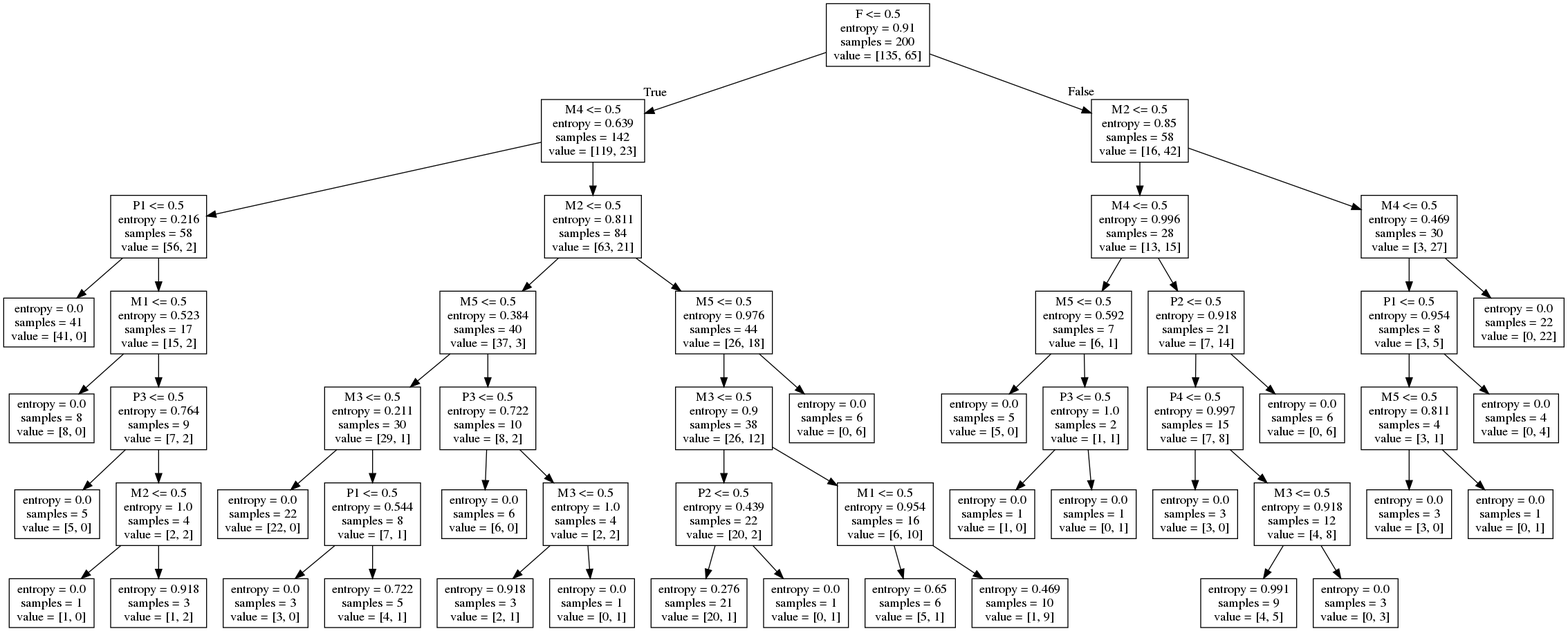
kshitij-ingale/ML_algorithms keeps this Graphviz diagram as Decision_trees/tree.png. Above is the earlier version. Its source is kept beside it as Decision_trees/tree.dot.
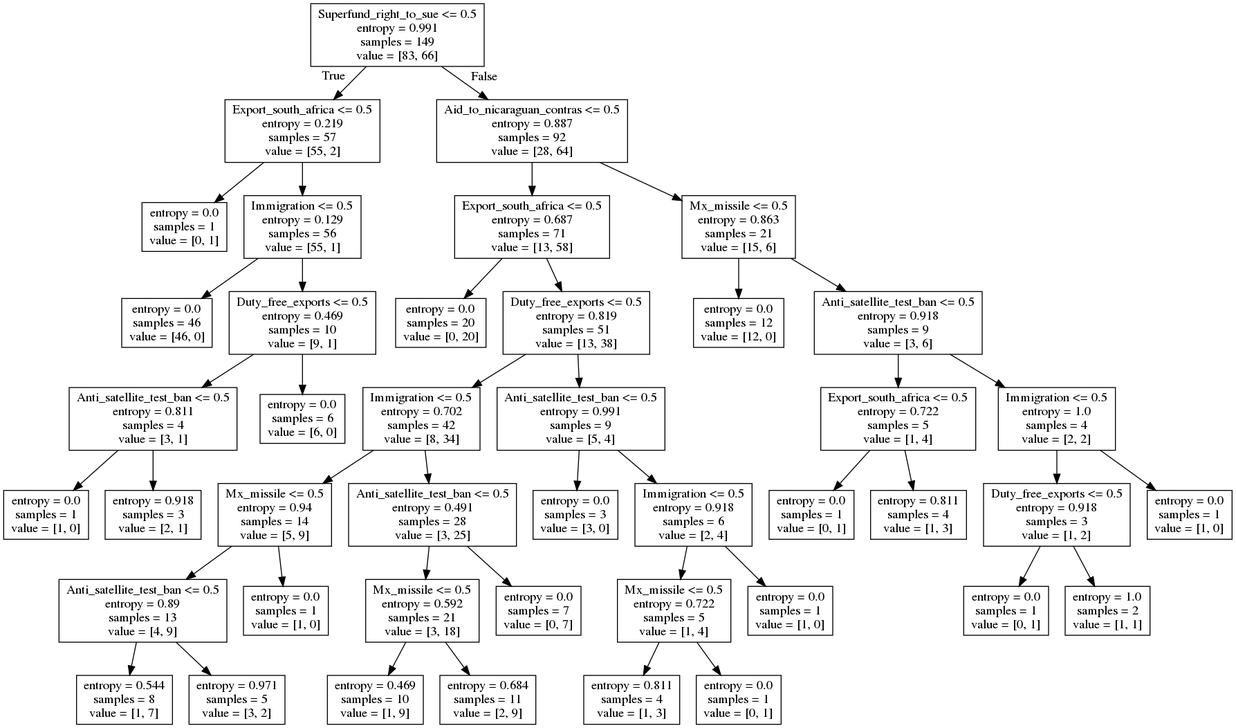
After the change.

What changed in the source:
```diff
@@ -1,108 +1,88 @@
 digraph Tree {
 node [shape=box] ;
-0 [label="F <= 0.5\nentropy = 0.91\nsamples = 200\nvalue = [135, 65]"] ;
-1 [label="M4 <= 0.5\nentropy = 0.639\nsamples = 142\nvalue = [119, 23]"] ;
+0 [label="Superfund_right_to_sue <= 0.5\nentropy = 0.991\nsamples = 149\nvalue = [83, 66]"] ;
+1 [label="Export_south_africa <= 0.5\nentropy = 0.219\nsamples = 57\nvalue = [55, 2]"] ;
 0 -> 1 [labeldistance=2.5, labelangle=45, headlabel="True"] ;
-2 [label="P1 <= 0.5\nentropy = 0.216\nsamples = 58\nvalue = [56, 2]"] ;
+2 [label="entropy = 0.0\nsamples = 1\nvalue = [0, 1]"] ;
 1 -> 2 ;
-3 [label="entropy = 0.0\nsamples = 41\nvalue = [41, 0]"] ;
-2 -> 3 ;
-4 [label="M1 <= 0.5\nentropy = 0.523\nsamples = 17\nvalue = [15, 2]"] ;
-2 -> 4 ;
-5 [label="entropy = 0.0\nsamples = 8\nvalue = [8, 0]"] ;
-4 -> 5 ;
-6 [label="P3 <= 0.5\nentropy = 0.764\nsamples = 9\nvalue = [7, 2]"] ;
-4 -> 6 ;
-7 [label="entropy = 0.0\nsamples = 5\nvalue = [5, 0]"] ;
+3 [label="Immigration <= 0.5\nentropy = 0.129\nsamples = 56\nvalue = [55, 1]"] ;
+1 -> 3 ;
+4 [label="entropy = 0.0\nsamples = 46\nvalue = [46, 0]"] ;
+3 -> 4 ;
+5 [label="Duty_free_exports <= 0.5\nentropy = 0.469\nsamples = 10\nvalue = [9, 1]"] ;
+3 -> 5 ;
+6 [label="Anti_satellite_test_ban <= 0.5\nentropy = 0.811\nsamples = 4\nvalue = [3, 1]"] ;
+5 -> 6 ;
+7 [label="entropy = 0.0\nsamples = 1\nvalue = [1, 0]"] ;
 6 -> 7 ;
-8 [label="M2 <= 0.5\nentropy = 1.0\nsamples = 4\nvalue = [2, 2]"] ;
+8 [label="entropy = 0.918\nsamples = 3\nvalue = [2, 1]"] ;
 6 -> 8 ;
-9 [label="entropy = 0.0\nsamples = 1\nvalue = [1, 0]"] ;
-8 -> 9 ;
-10 [label="entropy = 0.918\nsamples = 3\nvalue = [1, 2]"] ;
-8 -> 10 ;
-11 [label="M2 <= 0.5\nentropy = 0.811\nsamples = 84\nvalue = [63, 21]"] ;
-1 -> 11 ;
-12 [label="M5 <= 0.5\nentropy = 0.384\nsamples = 40\nvalue = [37, 3]"] ;
+9 [label="entropy = 0.0\nsamples = 6\nvalue = [6, 0]"] ;
+5 -> 9 ;
+10 [label="Aid_to_nicaraguan_contras <= 0.5\nentropy = 0.887\nsamples = 92\nvalue = [28, 64]"] ;
+0 -> 10 [labeldistance=2.5, labelangle=-45, headlabel="False"] ;
+11 [label="Export_south_africa <= 0.5\nentropy = 0.687\nsamples = 71\nvalue = [13, 58]"] ;
+10 -> 11 ;
+12 [label="entropy = 0.0\nsamples = 20\nvalue = [0, 20]"] ;
 11 -> 12 ;
-13 [label="M3 <= 0.5\nentropy = 0.211\nsamples = 30\nvalue = [29, 1]"] ;
-12 -> 13 ;
-14 [label="entropy = 0.0\nsamples = 22\nvalue = [22, 0]"] ;
+13 [label="Duty_free_exports <= 0.5\nentropy = 0.819\nsamples = 51\nvalue = [13, 38]"] ;
+11 -> 13 ;
+14 [label="Immigration <= 0.5\nentropy = 0.702\nsamples = 42\nvalue = [8, 34]"] ;
 13 -> 14 ;
-15 [label="P1 <= 0.5\nentropy = 0.544\nsamples = 8\nvalue = [7, 1]"] ;
-13 -> 15 ;
-16 [label="entropy = 0.0\nsamples = 3\nvalue = [3, 0]"] ;
+15 [label="Mx_missile <= 0.5\nentropy = 0.94\nsamples = 14\nvalue = [5, 9]"] ;
+14 -> 15 ;
+16 [label="Anti_satellite_test_ban <= 0.5\nentropy = 0.89\nsamples = 13\nvalue = [4, 9]"] ;
 15 -> 16 ;
-17 [label="entropy = 0.722\nsamples = 5\nvalue = [4, 1]"] ;
-15 -> 17 ;
-18 [label="P3 <= 0.5\nentropy = 0.722\nsamples = 10\nvalue = [8, 2]"] ;
-12 -> 18 ;
-19 [label="entropy = 0.0\nsamples = 6\nvalue = [6, 0]"] ;
-18 -> 19 ;
-20 [label="M3 <= 0.5\nentropy = 1.0\nsamples = 4\nvalue = [2, 2]"] ;
-18 -> 20 ;
-21 [label="entropy = 0.918\nsamples = 3\nvalue = [2, 1]"] ;
+17 [label="entropy = 0.544\nsamples = 8\nvalue = [1, 7]"] ;
+16 -> 17 ;
+18 [label="entropy = 0.971\nsamples = 5\nvalue = [3, 2]"] ;
+16 -> 18 ;
+19 [label="entropy = 0.0\nsamples = 1\nvalue = [1, 0]"] ;
+15 -> 19 ;
+20 [label="Anti_satellite_test_ban <= 0.5\nentropy = 0.491\nsamples = 28\nvalue = [3, 25]"] ;
+14 -> 20 ;
+21 [label="Mx_missile <= 0.5\nentropy = 0.592\nsamples = 21\nvalue = [3, 18]"] ;
 20 -> 21 ;
-22 [label="entropy = 0.0\nsamples = 1\nvalue = [0, 1]"] ;
-20 -> 22 ;
-23 [label="M5 <= 0.5\nentropy = 0.976\nsamples = 44\nvalue = [26, 18]"] ;
-11 -> 23 ;
-24 [label="M3 <= 0.5\nentropy = 0.9\nsamples = 38\nvalue = [26, 12]"] ;
-23 -> 24 ;
-25 [label="P2 <= 0.5\nentropy = 0.439\nsamples = 22\nvalue = [20, 2]"] ;
-24 -> 25 ;
-26 [label="entropy = 0.276\nsamples = 21\nvalue = [20, 1]"] ;
+22 [label="entropy = 0.469\nsamples = 10\nvalue = [1, 9]"] ;
+21 -> 22 ;
+23 [label="entropy = 0.684\nsamples = 11\nvalue = [2, 9]"] ;
+21 -> 23 ;
+24 [label="entropy = 0.0\nsamples = 7\nvalue = [0, 7]"] ;
+20 -> 24 ;
+25 [label="Anti_satellite_test_ban <= 0.5\nentropy = 0.991\nsamples = 9\nvalue = [5, 4]"] ;
+13 -> 25 ;
+26 [label="entropy = 0.0\nsamples = 3\nvalue = [3, 0]"] ;
 25 -> 26 ;
-27 [label="entropy = 0.0\nsamples = 1\nvalue = [0, 1]"] ;
+27 [label="Immigration <= 0.5\nentropy = 0.918\nsamples = 6\nvalue = [2, 4]"] ;
 25 -> 27 ;
-28 [label="M1 <= 0.5\nentropy = 0.954\nsamples = 16\nvalue = [6, 10]"] ;
-24 -> 28 ;
-29 [label="entropy = 0.65\nsamples = 6\nvalue = [5, 1]"] ;
+28 [label="Mx_missile <= 0.5\nentropy = 0.722\nsamples = 5\nvalue = [1, 4]"] ;
+27 -> 28 ;
+29 [label="entropy = 0.811\nsamples = 4\nvalue = [1, 3]"] ;
 28 -> 29 ;
-30 [label="entropy = 0.469\nsamples = 10\nvalue = [1, 9]"] ;
+30 [label="entropy = 0.0\nsamples = 1\nvalue = [0, 1]"] ;
 28 -> 30 ;
-31 [label="entropy = 0.0\nsamples = 6\nvalue = [0, 6]"] ;
-23 -> 31 ;
-32 [label="M2 <= 0.5\nentropy = 0.85\nsamples = 58\nvalue = [16, 42]"] ;
-0 -> 32 [labeldistance=2.5, labelangle=-45, headlabel="False"] ;
-33 [label="M4 <= 0.5\nentropy = 0.996\nsamples = 28\nvalue = [13, 15]"] ;
+31 [label="entropy = 0.0\nsamples = 1\nvalue = [1, 0]"] ;
+27 -> 31 ;
+32 [label="Mx_missile <= 0.5\nentropy = 0.863\nsamples = 21\nvalue = [15, 6]"] ;
+10 -> 32 ;
+33 [label="entropy = 0.0\nsamples = 12\nvalue = [12, 0]"] ;
 32 -> 33 ;
-34 [label="M5 <= 0.5\nentropy = 0.592\nsamples = 7\nvalue = [6, 1]"] ;
-33 -> 34 ;
-35 [label="entropy = 0.0\nsamples = 5\nvalue = [5, 0]"] ;
+34 [label="Anti_satellite_test_ban <= 0.5\nentropy = 0.918\nsamples = 9\nvalue = [3, 6]"] ;
+32 -> 34 ;
+35 [label="Export_south_africa <= 0.5\nentropy = 0.722\nsamples = 5\nvalue = [1, 4]"] ;
 34 -> 35 ;
-36 [label="P3 <= 0.5\nentropy = 1.0\nsamples = 2\nvalue = [1, 1]"] ;
-34 -> 36 ;
-37 [label="entropy = 0.0\nsamples = 1\nvalue = [1, 0]"] ;
-36 -> 37 ;
-38 [label="entropy = 0.0\nsamples = 1\nvalue = [0, 1]"] ;
-36 -> 38 ;
-39 [label="P2 <= 0.5\nentropy = 0.918\nsamples = 21\nvalue = [7, 14]"] ;
-33 -> 39 ;
-40 [label="P4 <= 0.5\nentropy = 0.997\nsamples = 15\nvalue = [7, 8]"] ;
+36 [label="entropy = 0.0\nsamples = 1\nvalue = [0, 1]"] ;
+35 -> 36 ;
+37 [label="entropy = 0.811\nsamples = 4\nvalue = [1, 3]"] ;
+35 -> 37 ;
+38 [label="Immigration <= 0.5\nentropy = 1.0\nsamples = 4\nvalue = [2, 2]"] ;
+34 -> 38 ;
+39 [label="Duty_free_exports <= 0.5\nentropy = 0.918\nsamples = 3\nvalue = [1, 2]"] ;
+38 -> 39 ;
+40 [label="entropy = 0.0\nsamples = 1\nvalue = [0, 1]"] ;
 39 -> 40 ;
-41 [label="entropy = 0.0\nsamples = 3\nvalue = [3, 0]"] ;
-40 -> 41 ;
-42 [label="M3 <= 0.5\nentropy = 0.918\nsamples = 12\nvalue = [4, 8]"] ;
-40 -> 42 ;
-43 [label="entropy = 0.991\nsamples = 9\nvalue = [4, 5]"] ;
-42 -> 43 ;
-44 [label="entropy = 0.0\nsamples = 3\nvalue = [0, 3]"] ;
-42 -> 44 ;
-45 [label="entropy = 0.0\nsamples = 6\nvalue = [0, 6]"] ;
-39 -> 45 ;
-46 [label="M4 <= 0.5\nentropy = 0.469\nsamples = 30\nvalue = [3, 27]"] ;
-32 -> 46 ;
-47 [label="P1 <= 0.5\nentropy = 0.954\nsamples = 8\nvalue = [3, 5]"] ;
-46 -> 47 ;
-48 [label="M5 <= 0.5\nentropy = 0.811\nsamples = 4\nvalue = [3, 1]"] ;
-47 -> 48 ;
-49 [label="entropy = 0.0\nsamples = 3\nvalue = [3, 0]"] ;
-48 -> 49 ;
-50 [label="entropy = 0.0\nsamples = 1\nvalue = [0, 1]"] ;
-48 -> 50 ;
-51 [label="entropy = 0.0\nsamples = 4\nvalue = [0, 4]"] ;
-47 -> 51 ;
-52 [label="entropy = 0.0\nsamples = 22\nvalue = [0, 22]"] ;
-46 -> 52 ;
+41 [label="entropy = 1.0\nsamples = 2\nvalue = [1, 1]"] ;
+39 -> 41 ;
+42 [label="entropy = 0.0\nsamples = 1\nvalue = [1, 0]"] ;
+38 -> 42 ;
 }
```
